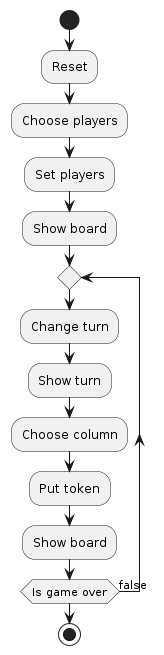
BernatQI/Master-Programacion-Diseno-Software keeps this PlantUML diagram as Connect4/oop-js-functions/UML/images/activity-diagram-play.png. Above is the earlier version. Its diagram source:
```plantuml
@startuml "Activity Diagram - Play"

start
:Reset;
:Choose players;
:Set players;
:Show board;
repeat
:Change turn;
:Show turn;
:Choose column;
:Put token;
:Show board;
repeat while (Is game over) is (false)
stop
@enduml
```
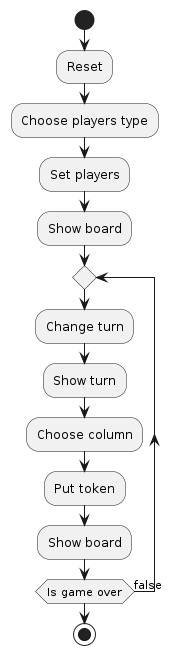
Later version of the same file.

Change to the diagram source:
```diff
@@ -2,7 +2,7 @@
 
 start
 :Reset;
-:Choose players;
+:Choose players type;
 :Set players;
 :Show board;
 repeat
```
